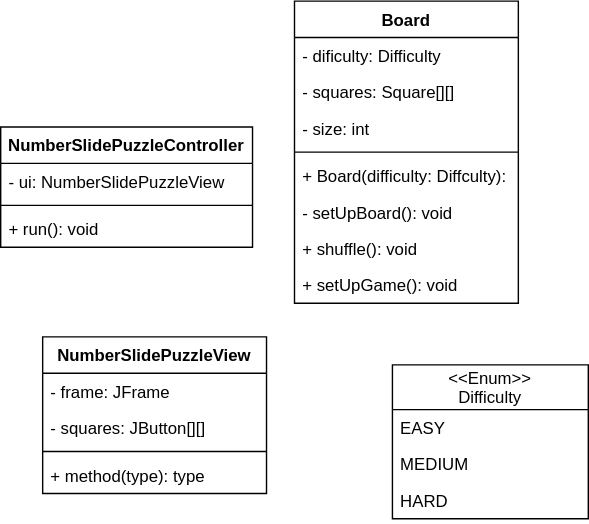
This is src/edu/neumont/csc150/uml.svg from seatwiggy/NumberSlidePuzzle, a draw.io export, as it was before one commit. Source tidied: cells renumbered, new cells last; positions are measured from the earlier drawing's top-left corner, leaving out a move shared by most shapes.
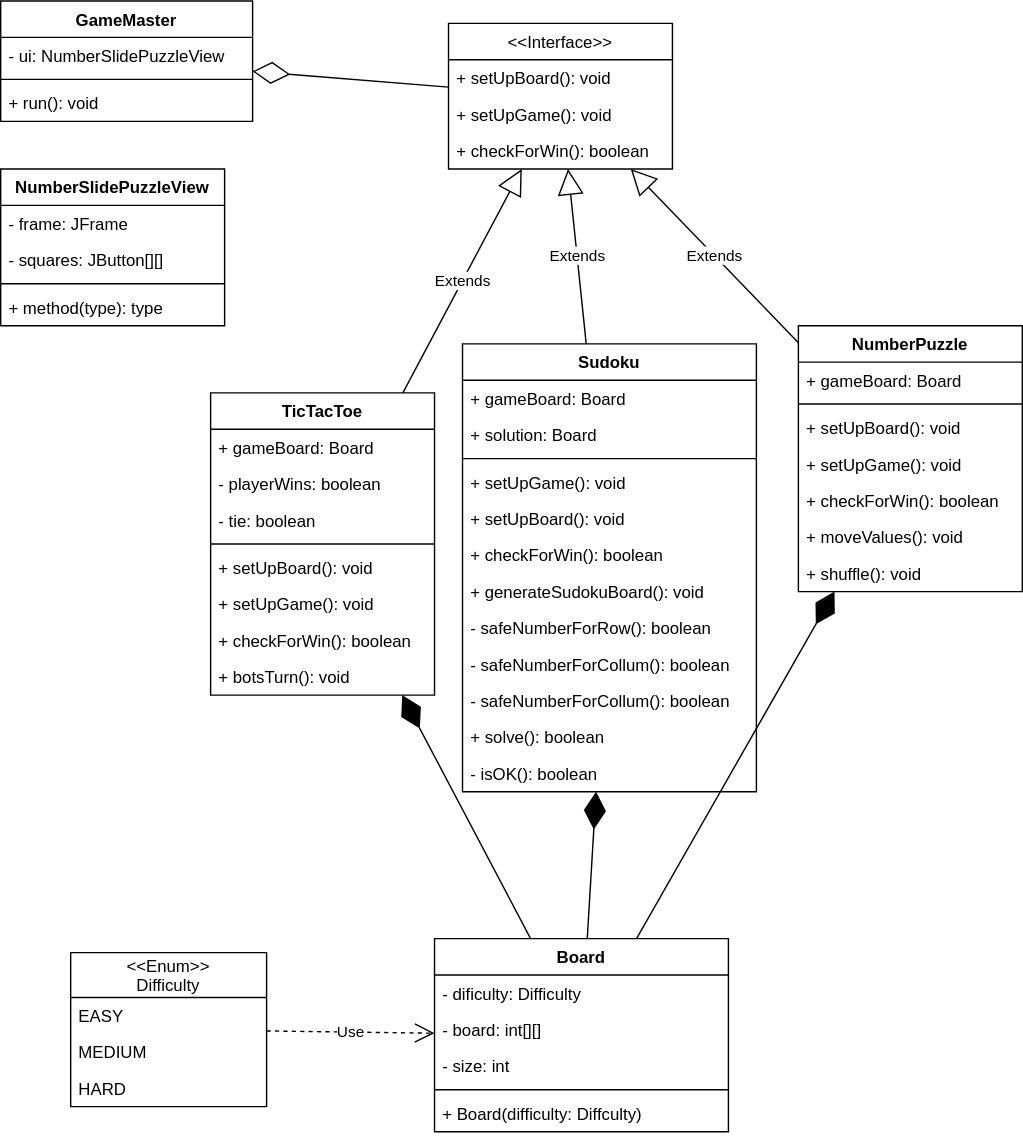
After the change.

Change to the diagram source:
```diff
@@ -3,7 +3,7 @@
     <mxCell id="0" />
     <mxCell id="1" parent="0" />
     <mxCell id="2" value="NumberSlidePuzzleView" style="swimlane;fontStyle=1;align=center;verticalAlign=top;horizontal=1;startSize=26;" parent="1" vertex="1">
-      <mxGeometry x="30" y="240" width="160" height="112" as="geometry" />
+      <mxGeometry x="-80" y="80" width="160" height="112" as="geometry" />
     </mxCell>
     <mxCell id="3" value="- frame: JFrame" style="text;strokeColor=none;fillColor=none;align=left;verticalAlign=top;spacingLeft=4;spacingRight=4;overflow=hidden;" parent="2" vertex="1">
       <mxGeometry y="26" width="160" height="26" as="geometry" />
@@ -17,8 +17,8 @@
     <mxCell id="6" value="+ method(type): type" style="text;strokeColor=none;fillColor=none;align=left;verticalAlign=top;spacingLeft=4;spacingRight=4;overflow=hidden;" parent="2" vertex="1">
       <mxGeometry y="86" width="160" height="26" as="geometry" />
     </mxCell>
-    <mxCell id="7" value="NumberSlidePuzzleController" style="swimlane;fontStyle=1;align=center;verticalAlign=top;horizontal=1;startSize=26;" parent="1" vertex="1">
-      <mxGeometry y="90" width="180" height="86" as="geometry" />
+    <mxCell id="7" value="GameMaster" style="swimlane;fontStyle=1;align=center;verticalAlign=top;horizontal=1;startSize=26;" parent="1" vertex="1">
+      <mxGeometry x="-80" y="-40" width="180" height="86" as="geometry" />
     </mxCell>
     <mxCell id="8" value="- ui: NumberSlidePuzzleView" style="text;strokeColor=none;fillColor=none;align=left;verticalAlign=top;spacingLeft=4;spacingRight=4;overflow=hidden;" parent="7" vertex="1">
       <mxGeometry y="26" width="180" height="26" as="geometry" />
@@ -30,37 +30,28 @@
       <mxGeometry y="60" width="180" height="26" as="geometry" />
     </mxCell>
     <mxCell id="11" value="Board" style="swimlane;fontStyle=1;align=center;verticalAlign=top;horizontal=1;startSize=26;" parent="1" vertex="1">
-      <mxGeometry x="210" width="160" height="216" as="geometry" />
+      <mxGeometry x="230" y="630" width="210" height="138" as="geometry" />
     </mxCell>
     <mxCell id="12" value="- dificulty: Difficulty" style="text;strokeColor=none;fillColor=none;align=left;verticalAlign=top;spacingLeft=4;spacingRight=4;overflow=hidden;" parent="11" vertex="1">
-      <mxGeometry y="26" width="160" height="26" as="geometry" />
+      <mxGeometry y="26" width="210" height="26" as="geometry" />
     </mxCell>
-    <mxCell id="13" value="- squares: Square[][]" style="text;strokeColor=none;fillColor=none;align=left;verticalAlign=top;spacingLeft=4;spacingRight=4;overflow=hidden;" parent="11" vertex="1">
-      <mxGeometry y="52" width="160" height="26" as="geometry" />
+    <mxCell id="13" value="- board: int[][]" style="text;strokeColor=none;fillColor=none;align=left;verticalAlign=top;spacingLeft=4;spacingRight=4;overflow=hidden;" parent="11" vertex="1">
+      <mxGeometry y="52" width="210" height="26" as="geometry" />
     </mxCell>
     <mxCell id="14" value="- size: int" style="text;strokeColor=none;fillColor=none;align=left;verticalAlign=top;spacingLeft=4;spacingRight=4;overflow=hidden;" parent="11" vertex="1">
-      <mxGeometry y="78" width="160" height="26" as="geometry" />
+      <mxGeometry y="78" width="210" height="26" as="geometry" />
     </mxCell>
     <mxCell id="15" style="line;strokeWidth=1;fillColor=none;align=left;verticalAlign=middle;spacingTop=-1;spacingLeft=3;spacingRight=3;labelPosition=right;" parent="11" vertex="1">
-      <mxGeometry y="104" width="160" height="8" as="geometry" />
+      <mxGeometry y="104" width="210" height="8" as="geometry" />
     </mxCell>
-    <mxCell id="16" value="+ Board(difficulty: Diffculty):" style="text;strokeColor=none;fillColor=none;align=left;verticalAlign=top;spacingLeft=4;spacingRight=4;overflow=hidden;" parent="11" vertex="1">
-      <mxGeometry y="112" width="160" height="26" as="geometry" />
+    <mxCell id="16" value="+ Board(difficulty: Diffculty)" style="text;strokeColor=none;fillColor=none;align=left;verticalAlign=top;spacingLeft=4;spacingRight=4;overflow=hidden;" parent="11" vertex="1">
+      <mxGeometry y="112" width="210" height="26" as="geometry" />
     </mxCell>
-    <mxCell id="17" value="- setUpBoard(): void" style="text;strokeColor=none;fillColor=none;align=left;verticalAlign=top;spacingLeft=4;spacingRight=4;overflow=hidden;" parent="11" vertex="1">
-      <mxGeometry y="138" width="160" height="26" as="geometry" />
-    </mxCell>
-    <mxCell id="18" value="+ shuffle(): void" style="text;strokeColor=none;fillColor=none;align=left;verticalAlign=top;spacingLeft=4;spacingRight=4;overflow=hidden;" parent="11" vertex="1">
-      <mxGeometry y="164" width="160" height="26" as="geometry" />
-    </mxCell>
-    <mxCell id="19" value="+ setUpGame(): void" style="text;strokeColor=none;fillColor=none;align=left;verticalAlign=top;spacingLeft=4;spacingRight=4;overflow=hidden;" parent="11" vertex="1">
-      <mxGeometry y="190" width="160" height="26" as="geometry" />
-    </mxCell>
     <mxCell id="20" style="text;strokeColor=none;fillColor=none;align=left;verticalAlign=middle;spacingTop=-1;spacingLeft=4;spacingRight=4;labelPosition=right;" parent="1" vertex="1">
       <mxGeometry x="290" y="260" width="20" height="14" as="geometry" />
     </mxCell>
     <mxCell id="21" value="&lt;&lt;Enum&gt;&gt;&#10;Difficulty" style="swimlane;fontStyle=0;horizontal=1;startSize=32;fillColor=none;" parent="1" vertex="1">
-      <mxGeometry x="280" y="260" width="140" height="110" as="geometry" />
+      <mxGeometry x="-30" y="640" width="140" height="110" as="geometry" />
     </mxCell>
     <mxCell id="22" value="EASY" style="text;strokeColor=none;fillColor=none;align=left;verticalAlign=top;spacingLeft=4;spacingRight=4;overflow=hidden;" parent="21" vertex="1">
       <mxGeometry y="32" width="140" height="26" as="geometry" />
@@ -71,5 +62,131 @@
     <mxCell id="24" value="HARD" style="text;strokeColor=none;fillColor=none;align=left;verticalAlign=top;spacingLeft=4;spacingRight=4;overflow=hidden;" parent="21" vertex="1">
       <mxGeometry y="84" width="140" height="26" as="geometry" />
     </mxCell>
+    <mxCell id="25" value="&lt;&lt;Interface&gt;&gt;" style="swimlane;fontStyle=0;horizontal=1;startSize=26;fillColor=none;" parent="1" vertex="1">
+      <mxGeometry x="240" y="-24" width="160" height="104" as="geometry" />
+    </mxCell>
+    <mxCell id="26" value="+ setUpBoard(): void" style="text;strokeColor=none;fillColor=none;align=left;verticalAlign=top;spacingLeft=4;spacingRight=4;overflow=hidden;" parent="25" vertex="1">
+      <mxGeometry y="26" width="160" height="26" as="geometry" />
+    </mxCell>
+    <mxCell id="27" value="+ setUpGame(): void" style="text;strokeColor=none;fillColor=none;align=left;verticalAlign=top;spacingLeft=4;spacingRight=4;overflow=hidden;" parent="25" vertex="1">
+      <mxGeometry y="52" width="160" height="26" as="geometry" />
+    </mxCell>
+    <mxCell id="28" value="+ checkForWin(): boolean" style="text;strokeColor=none;fillColor=none;align=left;verticalAlign=top;spacingLeft=4;spacingRight=4;overflow=hidden;" parent="25" vertex="1">
+      <mxGeometry y="78" width="160" height="26" as="geometry" />
+    </mxCell>
+    <mxCell id="29" value="NumberPuzzle" style="swimlane;fontStyle=1;align=center;verticalAlign=top;horizontal=1;startSize=26;" parent="1" vertex="1">
+      <mxGeometry x="490" y="192" width="160" height="190" as="geometry" />
+    </mxCell>
+    <mxCell id="30" value="+ gameBoard: Board" style="text;strokeColor=none;fillColor=none;align=left;verticalAlign=top;spacingLeft=4;spacingRight=4;overflow=hidden;" parent="29" vertex="1">
+      <mxGeometry y="26" width="160" height="26" as="geometry" />
+    </mxCell>
+    <mxCell id="31" style="line;strokeWidth=1;fillColor=none;align=left;verticalAlign=middle;spacingTop=-1;spacingLeft=3;spacingRight=3;labelPosition=right;" parent="29" vertex="1">
+      <mxGeometry y="52" width="160" height="8" as="geometry" />
+    </mxCell>
+    <mxCell id="17" value="+ setUpBoard(): void" style="text;strokeColor=none;fillColor=none;align=left;verticalAlign=top;spacingLeft=4;spacingRight=4;overflow=hidden;" parent="29" vertex="1">
+      <mxGeometry y="60" width="160" height="26" as="geometry" />
+    </mxCell>
+    <mxCell id="19" value="+ setUpGame(): void" style="text;strokeColor=none;fillColor=none;align=left;verticalAlign=top;spacingLeft=4;spacingRight=4;overflow=hidden;" parent="29" vertex="1">
+      <mxGeometry y="86" width="160" height="26" as="geometry" />
+    </mxCell>
+    <mxCell id="32" value="+ checkForWin(): boolean" style="text;strokeColor=none;fillColor=none;align=left;verticalAlign=top;spacingLeft=4;spacingRight=4;overflow=hidden;" parent="29" vertex="1">
+      <mxGeometry y="112" width="160" height="26" as="geometry" />
+    </mxCell>
+    <mxCell id="33" value="+ moveValues(): void" style="text;strokeColor=none;fillColor=none;align=left;verticalAlign=top;spacingLeft=4;spacingRight=4;overflow=hidden;" parent="29" vertex="1">
+      <mxGeometry y="138" width="160" height="26" as="geometry" />
+    </mxCell>
+    <mxCell id="18" value="+ shuffle(): void" style="text;strokeColor=none;fillColor=none;align=left;verticalAlign=top;spacingLeft=4;spacingRight=4;overflow=hidden;" parent="29" vertex="1">
+      <mxGeometry y="164" width="160" height="26" as="geometry" />
+    </mxCell>
+    <mxCell id="34" value="Sudoku" style="swimlane;fontStyle=1;align=center;verticalAlign=top;horizontal=1;startSize=26;" parent="1" vertex="1">
+      <mxGeometry x="250" y="205" width="210" height="320" as="geometry" />
+    </mxCell>
+    <mxCell id="35" value="+ gameBoard: Board" style="text;strokeColor=none;fillColor=none;align=left;verticalAlign=top;spacingLeft=4;spacingRight=4;overflow=hidden;" parent="34" vertex="1">
+      <mxGeometry y="26" width="210" height="26" as="geometry" />
+    </mxCell>
+    <mxCell id="36" value="+ solution: Board" style="text;strokeColor=none;fillColor=none;align=left;verticalAlign=top;spacingLeft=4;spacingRight=4;overflow=hidden;" parent="34" vertex="1">
+      <mxGeometry y="52" width="210" height="26" as="geometry" />
+    </mxCell>
+    <mxCell id="37" style="line;strokeWidth=1;fillColor=none;align=left;verticalAlign=middle;spacingTop=-1;spacingLeft=3;spacingRight=3;labelPosition=right;" parent="34" vertex="1">
+      <mxGeometry y="78" width="210" height="8" as="geometry" />
+    </mxCell>
+    <mxCell id="38" value="+ setUpGame(): void" style="text;strokeColor=none;fillColor=none;align=left;verticalAlign=top;spacingLeft=4;spacingRight=4;overflow=hidden;" parent="34" vertex="1">
+      <mxGeometry y="86" width="210" height="26" as="geometry" />
+    </mxCell>
+    <mxCell id="39" value="+ setUpBoard(): void" style="text;strokeColor=none;fillColor=none;align=left;verticalAlign=top;spacingLeft=4;spacingRight=4;overflow=hidden;" parent="34" vertex="1">
+      <mxGeometry y="112" width="210" height="26" as="geometry" />
+    </mxCell>
+    <mxCell id="40" value="+ checkForWin(): boolean" style="text;strokeColor=none;fillColor=none;align=left;verticalAlign=top;spacingLeft=4;spacingRight=4;overflow=hidden;" parent="34" vertex="1">
+      <mxGeometry y="138" width="210" height="26" as="geometry" />
+    </mxCell>
+    <mxCell id="41" value="+ generateSudokuBoard(): void" style="text;strokeColor=none;fillColor=none;align=left;verticalAlign=top;spacingLeft=4;spacingRight=4;overflow=hidden;" parent="34" vertex="1">
+      <mxGeometry y="164" width="210" height="26" as="geometry" />
+    </mxCell>
+    <mxCell id="42" value="- safeNumberForRow(): boolean" style="text;strokeColor=none;fillColor=none;align=left;verticalAlign=top;spacingLeft=4;spacingRight=4;overflow=hidden;" parent="34" vertex="1">
+      <mxGeometry y="190" width="210" height="26" as="geometry" />
+    </mxCell>
+    <mxCell id="43" value="- safeNumberForCollum(): boolean" style="text;strokeColor=none;fillColor=none;align=left;verticalAlign=top;spacingLeft=4;spacingRight=4;overflow=hidden;" parent="34" vertex="1">
+      <mxGeometry y="216" width="210" height="26" as="geometry" />
+    </mxCell>
+    <mxCell id="44" value="- safeNumberForCollum(): boolean" style="text;strokeColor=none;fillColor=none;align=left;verticalAlign=top;spacingLeft=4;spacingRight=4;overflow=hidden;" parent="34" vertex="1">
+      <mxGeometry y="242" width="210" height="26" as="geometry" />
+    </mxCell>
+    <mxCell id="45" value="+ solve(): boolean" style="text;strokeColor=none;fillColor=none;align=left;verticalAlign=top;spacingLeft=4;spacingRight=4;overflow=hidden;" parent="34" vertex="1">
+      <mxGeometry y="268" width="210" height="26" as="geometry" />
+    </mxCell>
+    <mxCell id="46" value="- isOK(): boolean" style="text;strokeColor=none;fillColor=none;align=left;verticalAlign=top;spacingLeft=4;spacingRight=4;overflow=hidden;" parent="34" vertex="1">
+      <mxGeometry y="294" width="210" height="26" as="geometry" />
+    </mxCell>
+    <mxCell id="47" value="TicTacToe" style="swimlane;fontStyle=1;align=center;verticalAlign=top;horizontal=1;startSize=26;" parent="1" vertex="1">
+      <mxGeometry x="70" y="240" width="160" height="216" as="geometry" />
+    </mxCell>
+    <mxCell id="48" value="+ gameBoard: Board" style="text;strokeColor=none;fillColor=none;align=left;verticalAlign=top;spacingLeft=4;spacingRight=4;overflow=hidden;" parent="47" vertex="1">
+      <mxGeometry y="26" width="160" height="26" as="geometry" />
+    </mxCell>
+    <mxCell id="49" value="- playerWins: boolean" style="text;strokeColor=none;fillColor=none;align=left;verticalAlign=top;spacingLeft=4;spacingRight=4;overflow=hidden;" parent="47" vertex="1">
+      <mxGeometry y="52" width="160" height="26" as="geometry" />
+    </mxCell>
+    <mxCell id="50" value="- tie: boolean" style="text;strokeColor=none;fillColor=none;align=left;verticalAlign=top;spacingLeft=4;spacingRight=4;overflow=hidden;" parent="47" vertex="1">
+      <mxGeometry y="78" width="160" height="26" as="geometry" />
+    </mxCell>
+    <mxCell id="51" style="line;strokeWidth=1;fillColor=none;align=left;verticalAlign=middle;spacingTop=-1;spacingLeft=3;spacingRight=3;labelPosition=right;" parent="47" vertex="1">
+      <mxGeometry y="104" width="160" height="8" as="geometry" />
+    </mxCell>
+    <mxCell id="52" value="+ setUpBoard(): void" style="text;strokeColor=none;fillColor=none;align=left;verticalAlign=top;spacingLeft=4;spacingRight=4;overflow=hidden;" parent="47" vertex="1">
+      <mxGeometry y="112" width="160" height="26" as="geometry" />
+    </mxCell>
+    <mxCell id="53" value="+ setUpGame(): void" style="text;strokeColor=none;fillColor=none;align=left;verticalAlign=top;spacingLeft=4;spacingRight=4;overflow=hidden;" parent="47" vertex="1">
+      <mxGeometry y="138" width="160" height="26" as="geometry" />
+    </mxCell>
+    <mxCell id="54" value="+ checkForWin(): boolean" style="text;strokeColor=none;fillColor=none;align=left;verticalAlign=top;spacingLeft=4;spacingRight=4;overflow=hidden;" parent="47" vertex="1">
+      <mxGeometry y="164" width="160" height="26" as="geometry" />
+    </mxCell>
+    <mxCell id="55" value="+ botsTurn(): void" style="text;strokeColor=none;fillColor=none;align=left;verticalAlign=top;spacingLeft=4;spacingRight=4;overflow=hidden;" parent="47" vertex="1">
+      <mxGeometry y="190" width="160" height="26" as="geometry" />
+    </mxCell>
+    <mxCell id="56" value="Extends" style="endArrow=block;endSize=16;endFill=0;html=1;rounded=0;" parent="1" edge="1" source="34" target="25">
+      <mxGeometry relative="1" as="geometry" />
+    </mxCell>
+    <mxCell id="57" value="Extends" style="endArrow=block;endSize=16;endFill=0;html=1;rounded=0;" parent="1" edge="1" source="47" target="25">
+      <mxGeometry relative="1" as="geometry" />
+    </mxCell>
+    <mxCell id="58" value="Extends" style="endArrow=block;endSize=16;endFill=0;html=1;rounded=0;" parent="1" edge="1" source="29" target="25">
+      <mxGeometry relative="1" as="geometry" />
+    </mxCell>
+    <mxCell id="59" style="endArrow=diamondThin;endFill=1;endSize=24;html=1;rounded=0;" parent="1" edge="1" source="11" target="47">
+      <mxGeometry relative="1" as="geometry" />
+    </mxCell>
+    <mxCell id="60" style="endArrow=diamondThin;endFill=1;endSize=24;html=1;rounded=0;" parent="1" edge="1" source="11" target="34">
+      <mxGeometry relative="1" as="geometry" />
+    </mxCell>
+    <mxCell id="61" style="endArrow=diamondThin;endFill=1;endSize=24;html=1;rounded=0;" parent="1" edge="1" source="11" target="29">
+      <mxGeometry relative="1" as="geometry" />
+    </mxCell>
+    <mxCell id="62" value="Use" style="endArrow=open;endSize=12;dashed=1;html=1;rounded=0;" parent="1" edge="1" source="21" target="11">
+      <mxGeometry relative="1" as="geometry" />
+    </mxCell>
+    <mxCell id="63" style="endArrow=diamondThin;endFill=0;endSize=24;html=1;rounded=0;" parent="1" edge="1" source="25" target="7">
+      <mxGeometry relative="1" as="geometry" />
+    </mxCell>
   </root>
 </mxGraphModel>
```
